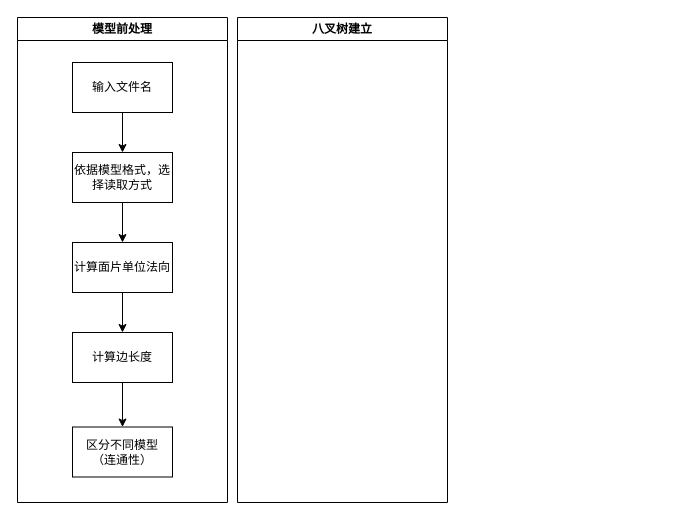
Earlier version of the draw.io diagram OCTreeCheckWorkflow.drawio (WalkLater/workflow). Source tidied: cells renumbered, new cells numbered last; positions are measured from the earlier drawing's top-left corner, leaving out a move shared by most shapes. Both pictures are drawn from the tidied source at 100%, with x=0, y=0 at pixel (17, 17).
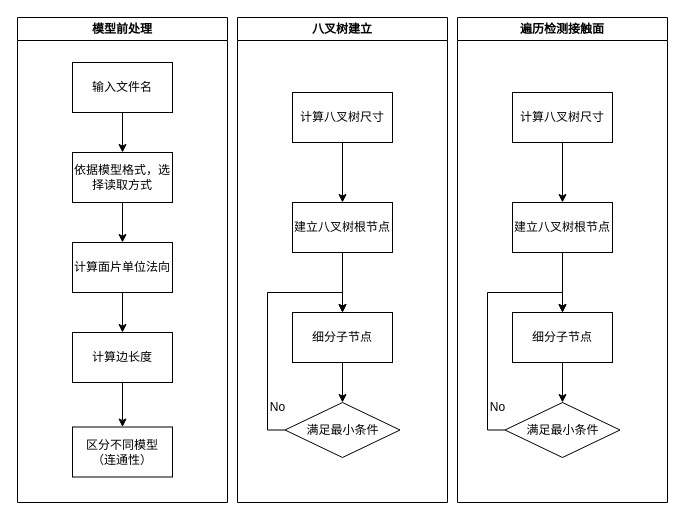
The same page after the edit.

The change refers to these unchanged cells:
```xml
<mxCell id="12" value="八叉树建立" style="swimlane;whiteSpace=wrap;html=1;" parent="1" vertex="1">
  <mxGeometry x="220" width="210" height="485" as="geometry" />
</mxCell>
```

What changed in the source:
```diff
@@
+    <mxCell id="13" style="edgeStyle=orthogonalEdgeStyle;rounded=0;jettySize=auto;html=1;" parent="12" edge="1" source="14" target="16">
+      <mxGeometry relative="1" as="geometry" />
+    </mxCell>
+    <mxCell id="14" value="计算八叉树尺寸" style="rounded=0;whiteSpace=wrap;html=1;" parent="12" vertex="1">
+      <mxGeometry x="55" y="75" width="100" height="50" as="geometry" />
+    </mxCell>
+    <mxCell id="15" style="edgeStyle=orthogonalEdgeStyle;rounded=0;jettySize=auto;html=1;" parent="12" edge="1" source="16" target="18">
+      <mxGeometry relative="1" as="geometry" />
+    </mxCell>
+    <mxCell id="16" value="建立八叉树根节点" style="rounded=0;whiteSpace=wrap;html=1;" parent="12" vertex="1">
+      <mxGeometry x="55" y="185" width="100" height="50" as="geometry" />
+    </mxCell>
+    <mxCell id="17" style="edgeStyle=orthogonalEdgeStyle;rounded=0;jettySize=auto;html=1;" parent="12" edge="1" source="18" target="20">
+      <mxGeometry relative="1" as="geometry" />
+    </mxCell>
+    <mxCell id="18" value="细分子节点" style="rounded=0;whiteSpace=wrap;html=1;" parent="12" vertex="1">
+      <mxGeometry x="55" y="295" width="100" height="50" as="geometry" />
+    </mxCell>
+    <mxCell id="19" style="edgeStyle=orthogonalEdgeStyle;rounded=0;jettySize=auto;html=1;entryX=0.5;entryY=0;entryDx=0;entryDy=0;" parent="12" edge="1" source="20" target="18">
+      <mxGeometry relative="1" as="geometry">
+        <Array as="points">
+          <mxPoint x="30" y="413" />
+          <mxPoint x="30" y="275" />
+          <mxPoint x="105" y="275" />
+        </Array>
+      </mxGeometry>
+    </mxCell>
+    <mxCell id="20" value="满足最小条件" style="rhombus;whiteSpace=wrap;html=1;" parent="12" vertex="1">
+      <mxGeometry x="47.5" y="385" width="115" height="55" as="geometry" />
+    </mxCell>
+    <mxCell id="21" value="No" style="text;html=1;align=center;verticalAlign=middle;strokeColor=none;fillColor=none;" parent="12" vertex="1">
+      <mxGeometry x="20" y="375" width="40" height="30" as="geometry" />
+    </mxCell>
+    <mxCell id="22" value="遍历检测接触面" style="swimlane;whiteSpace=wrap;html=1;" parent="1" vertex="1">
+      <mxGeometry x="440" width="210" height="485" as="geometry" />
+    </mxCell>
+    <mxCell id="23" style="edgeStyle=orthogonalEdgeStyle;rounded=0;jettySize=auto;html=1;" parent="22" edge="1" source="24" target="26">
+      <mxGeometry relative="1" as="geometry" />
+    </mxCell>
+    <mxCell id="24" value="计算八叉树尺寸" style="rounded=0;whiteSpace=wrap;html=1;" parent="22" vertex="1">
+      <mxGeometry x="55" y="75" width="100" height="50" as="geometry" />
+    </mxCell>
+    <mxCell id="25" style="edgeStyle=orthogonalEdgeStyle;rounded=0;jettySize=auto;html=1;" parent="22" edge="1" source="26" target="28">
+      <mxGeometry relative="1" as="geometry" />
+    </mxCell>
+    <mxCell id="26" value="建立八叉树根节点" style="rounded=0;whiteSpace=wrap;html=1;" parent="22" vertex="1">
+      <mxGeometry x="55" y="185" width="100" height="50" as="geometry" />
+    </mxCell>
+    <mxCell id="27" style="edgeStyle=orthogonalEdgeStyle;rounded=0;jettySize=auto;html=1;" parent="22" edge="1" source="28" target="30">
+      <mxGeometry relative="1" as="geometry" />
+    </mxCell>
+    <mxCell id="28" value="细分子节点" style="rounded=0;whiteSpace=wrap;html=1;" parent="22" vertex="1">
+      <mxGeometry x="55" y="295" width="100" height="50" as="geometry" />
+    </mxCell>
+    <mxCell id="29" style="edgeStyle=orthogonalEdgeStyle;rounded=0;jettySize=auto;html=1;entryX=0.5;entryY=0;entryDx=0;entryDy=0;" parent="22" edge="1" source="30" target="28">
+      <mxGeometry relative="1" as="geometry">
+        <Array as="points">
+          <mxPoint x="30" y="413" />
+          <mxPoint x="30" y="275" />
+          <mxPoint x="105" y="275" />
+        </Array>
+      </mxGeometry>
+    </mxCell>
+    <mxCell id="30" value="满足最小条件" style="rhombus;whiteSpace=wrap;html=1;" parent="22" vertex="1">
+      <mxGeometry x="47.5" y="385" width="115" height="55" as="geometry" />
+    </mxCell>
+    <mxCell id="31" value="No" style="text;html=1;align=center;verticalAlign=middle;strokeColor=none;fillColor=none;" parent="22" vertex="1">
+      <mxGeometry x="20" y="375" width="40" height="30" as="geometry" />
+    </mxCell>
```
